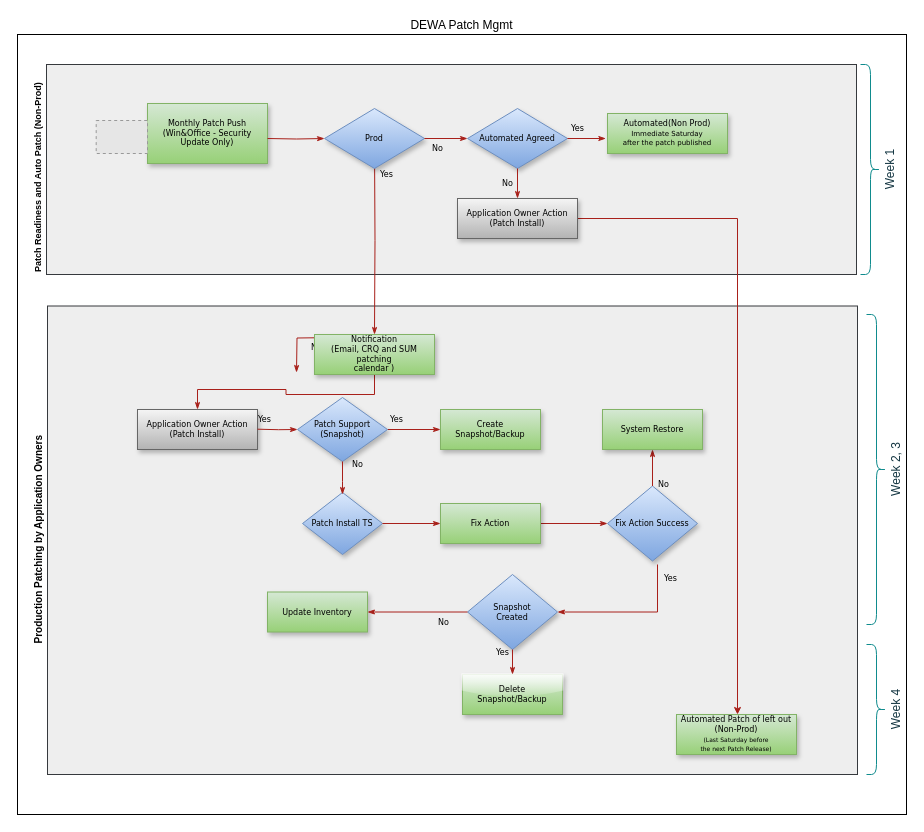
Before: Untitled Diagram.drawio in leoshafe06/CafeJaras, a draw.io diagram. Source tidied: cells renumbered, new cells numbered last; positions are measured from the earlier drawing's top-left corner, leaving out a move shared by most shapes. Both pictures are drawn from the tidied source at 100%, with x=0, y=0 at pixel (17, 34). Pictures stored in the file or linked from it are replaced by grey dashed boxes.
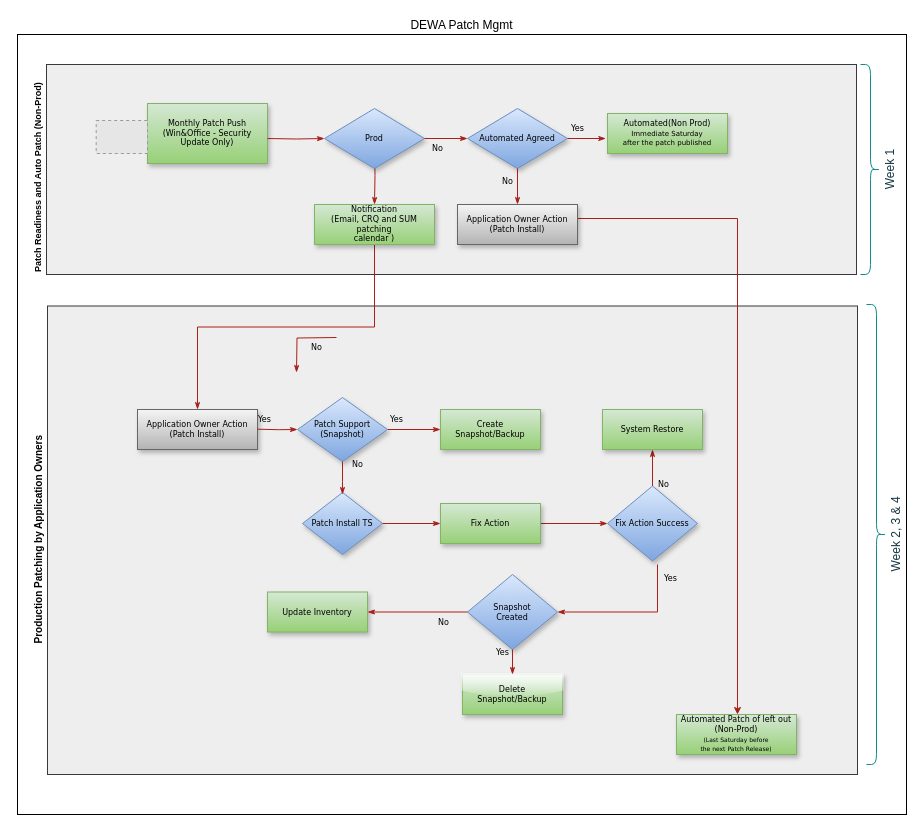
Above is the later version.

Diff of the diagram source:
```diff
@@
     <mxCell id="14" value="Notification &lt;br&gt;(Email, CRQ and SUM patching&lt;br&gt;calendar )" style="whiteSpace=wrap;html=1;rounded=0;shadow=1;labelBackgroundColor=none;strokeWidth=1;fontFamily=Verdana;fontSize=8;align=center;fillColor=#d5e8d4;strokeColor=#82b366;gradientColor=#97d077;" parent="1" vertex="1">
-      <mxGeometry x="297" y="300" width="120" height="40" as="geometry" />
+      <mxGeometry x="297" y="170" width="120" height="40" as="geometry" />
     </mxCell>
@@
     <mxCell id="35" value="Application Owner Action&lt;br&gt;(Patch Install)" style="whiteSpace=wrap;html=1;rounded=0;shadow=1;labelBackgroundColor=none;strokeWidth=1;fontFamily=Verdana;fontSize=8;align=center;spacing=6;fillColor=#f5f5f5;strokeColor=#666666;gradientColor=#b3b3b3;" parent="1" vertex="1">
-      <mxGeometry x="440" y="164" width="120" height="40" as="geometry" />
+      <mxGeometry x="440" y="170" width="120" height="40" as="geometry" />
     </mxCell>
@@
-    <mxCell id="41" value="Week 2, 3" style="shape=curlyBracket;whiteSpace=wrap;html=1;rounded=1;flipH=1;labelPosition=right;verticalLabelPosition=middle;align=center;verticalAlign=middle;strokeColor=#0F8B8D;fontColor=#143642;fillColor=#FAE5C7;horizontal=0;" parent="1" vertex="1">
-      <mxGeometry x="849" y="280" width="20" height="310" as="geometry" />
+    <mxCell id="41" value="Week 2, 3 &amp;amp; 4" style="shape=curlyBracket;whiteSpace=wrap;html=1;rounded=1;flipH=1;labelPosition=right;verticalLabelPosition=middle;align=center;verticalAlign=middle;strokeColor=#0F8B8D;fontColor=#143642;fillColor=#FAE5C7;horizontal=0;" parent="1" vertex="1">
+      <mxGeometry x="849" y="270" width="20" height="460" as="geometry" />
     </mxCell>
-    <mxCell id="42" value="Week 4" style="shape=curlyBracket;whiteSpace=wrap;html=1;rounded=1;flipH=1;labelPosition=right;verticalLabelPosition=middle;align=center;verticalAlign=middle;strokeColor=#0F8B8D;fontColor=#143642;fillColor=#FAE5C7;horizontal=0;" parent="1" vertex="1">
-      <mxGeometry x="849" y="610" width="20" height="130" as="geometry" />
-    </mxCell>
```
